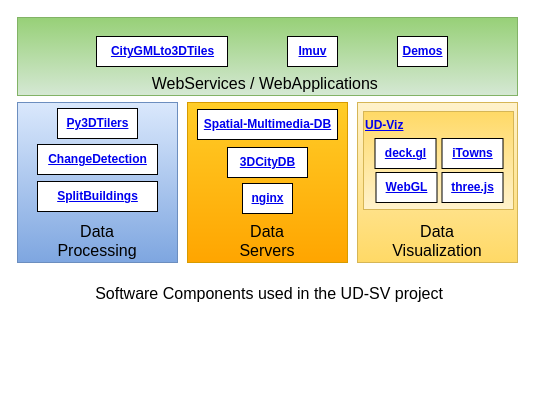
This is SoftwareComponents/Diagrams/ComponentSortedByCategories.drawio from VCityTeam/UD-SV, a draw.io file, before an edit. Source tidied: cells renumbered, new cells numbered last; positions are measured from the earlier drawing's top-left corner, leaving out a move shared by most shapes. Both pictures are drawn from the tidied source at 100%, with x=0, y=0 at pixel (17, 17).
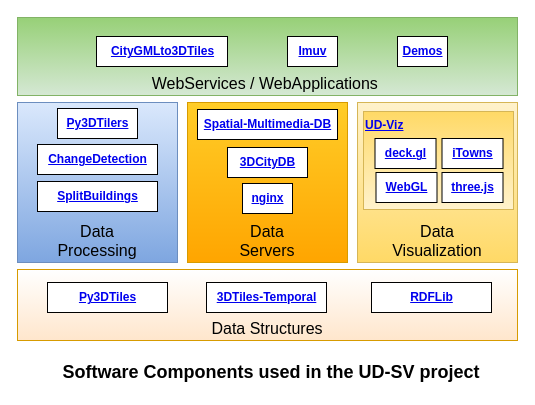
The same page after the edit.

Commit message (it also covers changes not shown here):
Added Data Structures theme in diagram.

Change to the diagram source:
```diff
@@
-    <mxCell id="21" value="Software Components used in the UD-SV project" style="text;html=1;strokeColor=none;fillColor=none;align=center;verticalAlign=middle;whiteSpace=wrap;rounded=0;fontSize=16;" parent="1" vertex="1">
-      <mxGeometry x="62" y="261" width="380" height="30" as="geometry" />
+    <mxCell id="21" value="&lt;font style=&quot;font-size: 18px&quot;&gt;Software Components used in the UD-SV project&lt;/font&gt;" style="text;html=1;strokeColor=none;fillColor=none;align=center;verticalAlign=middle;whiteSpace=wrap;rounded=0;fontSize=16;fontStyle=1;" parent="1" vertex="1">
+      <mxGeometry x="25" y="340" width="458" height="30" as="geometry" />
     </mxCell>
+    <mxCell id="22" value="Data Structures" style="whiteSpace=wrap;html=1;verticalAlign=bottom;fontSize=16;fillColor=#ffe6cc;strokeColor=#d79b00;gradientColor=#ffffff;gradientDirection=north;" parent="1" vertex="1">
+      <mxGeometry y="252" width="500" height="71" as="geometry" />
+    </mxCell>
+    <mxCell id="23" value="&lt;a href=&quot;https://github.com/VCityTeam/py3dtilers&quot;&gt;&lt;b&gt;Py3DTiles&lt;/b&gt;&lt;br&gt;&lt;/a&gt;" style="html=1;" parent="1" vertex="1">
+      <mxGeometry x="30" y="265" width="120" height="30" as="geometry" />
+    </mxCell>
+    <mxCell id="24" value="&lt;a href=&quot;https://github.com/VCityTeam/py3dtilers&quot;&gt;&lt;b&gt;3DTiles-Temporal&lt;/b&gt;&lt;br&gt;&lt;/a&gt;" style="html=1;" parent="1" vertex="1">
+      <mxGeometry x="189" y="265" width="120" height="30" as="geometry" />
+    </mxCell>
+    <mxCell id="25" value="&lt;a href=&quot;https://github.com/VCityTeam/py3dtilers&quot;&gt;&lt;b&gt;RDFLib&lt;/b&gt;&lt;br&gt;&lt;/a&gt;" style="html=1;" parent="1" vertex="1">
+      <mxGeometry x="354" y="265" width="120" height="30" as="geometry" />
+    </mxCell>
+    <mxCell id="26" style="edgeStyle=orthogonalEdgeStyle;rounded=0;orthogonalLoop=1;jettySize=auto;html=1;exitX=0.5;exitY=1;exitDx=0;exitDy=0;" parent="1" edge="1" source="22" target="22">
+      <mxGeometry relative="1" as="geometry" />
+    </mxCell>
```
